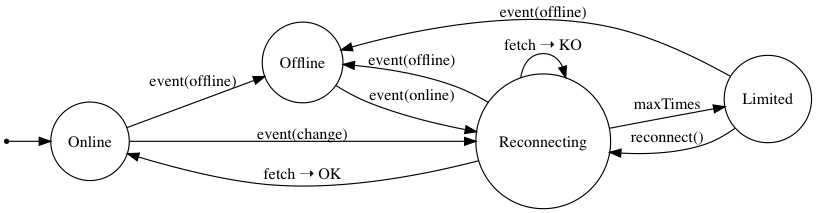
Before: states.png, a diagram exported from Graphviz (BBVAEngineering/ember-network-state). Its source is kept beside it as states.dot. Source of this version:
```dot
digraph states {
  rankdir = LR;
  size = "8.5";

  node [shape = circle, label = "Online"] ON;
  node [shape = circle, label = "Offline"] OFF;
  node [shape = circle, label = "Reconnecting"] REC;
  node [shape = circle, label = "Limited"] LIM;
  node [shape = point]; qi

  qi -> ON;

  OFF -> REC [label = "event(online)"];
  REC -> ON [label = "fetch ➝ OK"];
  REC -> REC [label = "fetch ➝ KO"];
  REC -> LIM [label = "maxTimes"];
  LIM -> REC [label = "reconnect()"]

  ON -> OFF [label = "event(offline)"];
  REC -> OFF [label = "event(offline)"];
  LIM -> OFF [label = "event(offline)"];

  ON -> REC [label = "event(change)"];
}
```
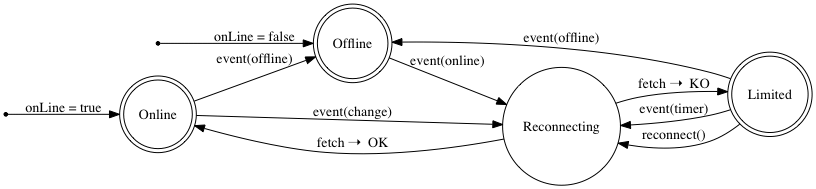
Later version of the same file.

Commit message:
[feat] Rework limited connection

Diff of the diagram source:
```diff
@@ -2,22 +2,23 @@
   rankdir = LR;
   size = "8.5";
 
-  node [shape = circle, label = "Online"] ON;
-  node [shape = circle, label = "Offline"] OFF;
+  node [shape = doublecircle, label = "Online"] ON;
+  node [shape = doublecircle, label = "Offline"] OFF;
+  node [shape = doublecircle, label = "Limited"] LIM;
   node [shape = circle, label = "Reconnecting"] REC;
-  node [shape = circle, label = "Limited"] LIM;
   node [shape = point]; qi
+  node [shape = point]; qj
 
-  qi -> ON;
+  qi -> ON [label = "onLine = true"];
+  qj -> OFF [label = "onLine = false"];
 
   OFF -> REC [label = "event(online)"];
-  REC -> ON [label = "fetch ➝ OK"];
-  REC -> REC [label = "fetch ➝ KO"];
-  REC -> LIM [label = "maxTimes"];
-  LIM -> REC [label = "reconnect()"]
+  REC -> ON [label = "fetch ➝  OK"];
+  REC -> LIM [label = "fetch ➝  KO"];
+  LIM -> REC [label = "event(timer)"];
+  LIM -> REC [label = "reconnect()"];
 
   ON -> OFF [label = "event(offline)"];
-  REC -> OFF [label = "event(offline)"];
   LIM -> OFF [label = "event(offline)"];
 
   ON -> REC [label = "event(change)"];
```
